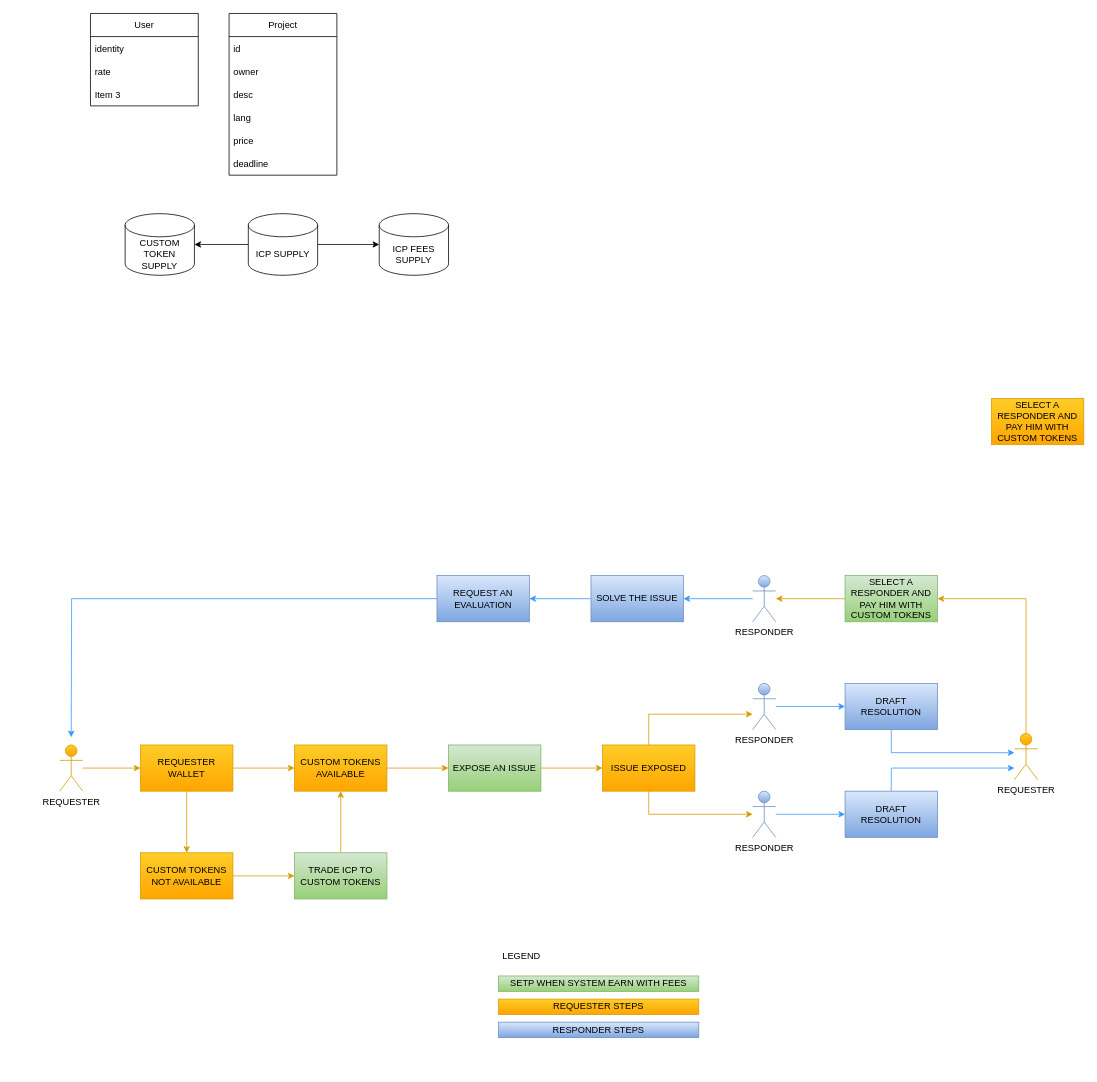
Earlier version of the draw.io diagram Icer.drawio (Kybox/Draw.io). Source tidied: cells renumbered, new cells numbered last; positions are measured from the earlier drawing's top-left corner, leaving out a move shared by most shapes. Both pictures are drawn from the tidied source at 77%, with x=0, y=0 at pixel (59, 13).
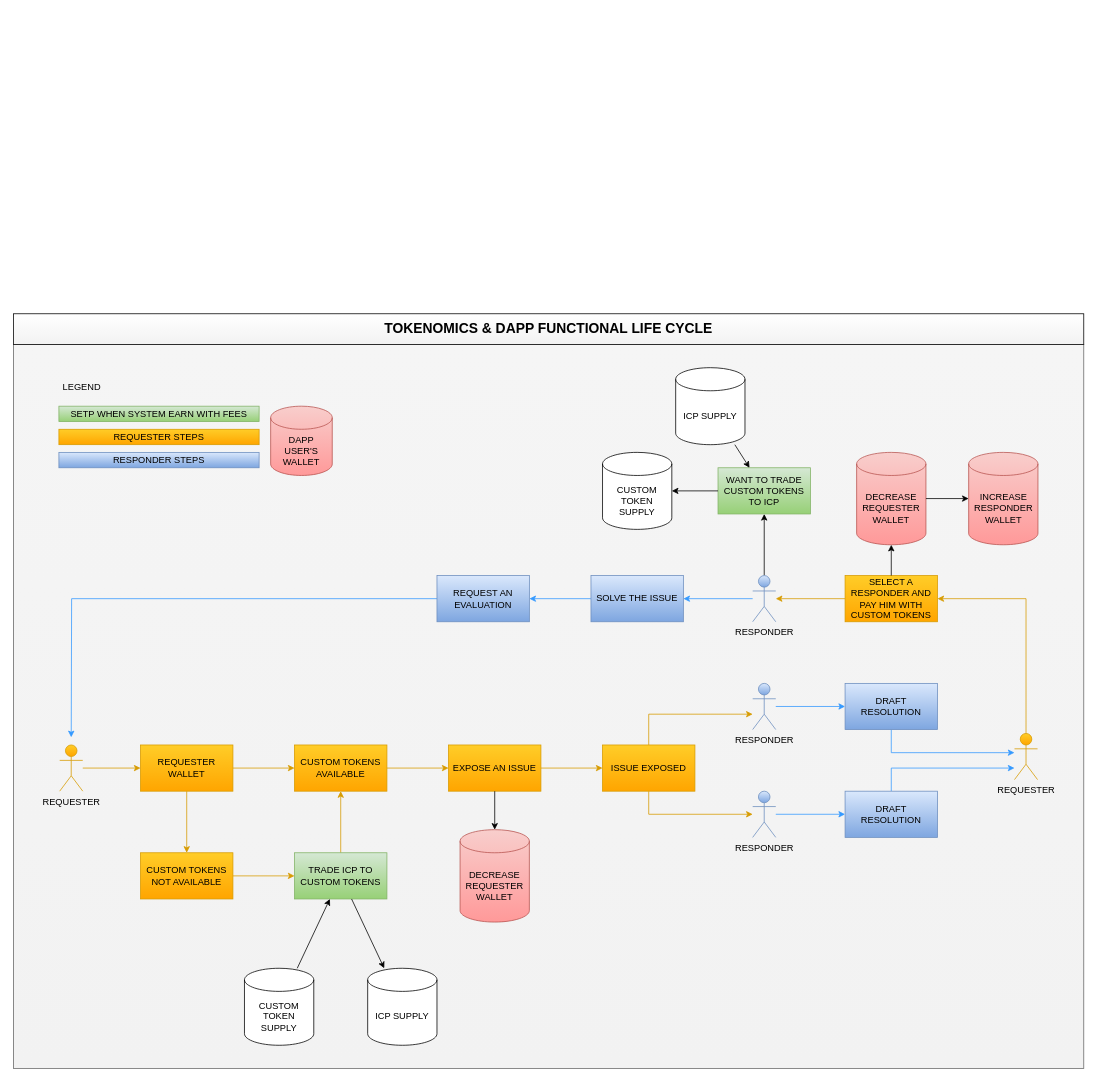
After the change.

The change refers to these unchanged cells:
```xml
<mxCell id="30" value="TRADE ICP TO CUSTOM TOKENS" style="whiteSpace=wrap;html=1;verticalAlign=middle;fillColor=#d5e8d4;strokeColor=#82b366;gradientColor=#97d077;" parent="1" vertex="1">
  <mxGeometry x="305" y="1090" width="120" height="60" as="geometry" />
</mxCell>
<mxCell id="52" value="RESPONDER" style="shape=umlActor;verticalLabelPosition=bottom;verticalAlign=top;html=1;outlineConnect=0;fillColor=#dae8fc;strokeColor=#6c8ebf;gradientColor=#7ea6e0;" parent="1" vertex="1">
  <mxGeometry x="900" y="730" width="30" height="60" as="geometry" />
</mxCell>
```

Change to the diagram source:
```diff
@@
-    <mxCell id="2" value="User" style="swimlane;fontStyle=0;horizontal=1;startSize=30;" parent="1" vertex="1">
-      <mxGeometry x="40" width="140" height="120" as="geometry" />
-    </mxCell>
-    <mxCell id="3" value="identity" style="text;strokeColor=none;fillColor=none;align=left;verticalAlign=middle;spacingLeft=4;spacingRight=4;overflow=hidden;" parent="2" vertex="1">
-      <mxGeometry y="30" width="140" height="30" as="geometry" />
-    </mxCell>
-    <mxCell id="4" value="rate" style="text;strokeColor=none;fillColor=none;align=left;verticalAlign=middle;spacingLeft=4;spacingRight=4;overflow=hidden;" parent="2" vertex="1">
-      <mxGeometry y="60" width="140" height="30" as="geometry" />
-    </mxCell>
-    <mxCell id="5" value="Item 3" style="text;strokeColor=none;fillColor=none;align=left;verticalAlign=middle;spacingLeft=4;spacingRight=4;overflow=hidden;" parent="2" vertex="1">
-      <mxGeometry y="90" width="140" height="30" as="geometry" />
-    </mxCell>
-    <mxCell id="6" value="Project" style="swimlane;fontStyle=0;horizontal=1;startSize=30;" parent="1" vertex="1">
-      <mxGeometry x="220" width="140" height="210" as="geometry" />
-    </mxCell>
-    <mxCell id="7" value="id" style="text;strokeColor=none;fillColor=none;align=left;verticalAlign=middle;spacingLeft=4;spacingRight=4;overflow=hidden;" parent="6" vertex="1">
-      <mxGeometry y="30" width="140" height="30" as="geometry" />
-    </mxCell>
-    <mxCell id="8" value="owner" style="text;strokeColor=none;fillColor=none;align=left;verticalAlign=middle;spacingLeft=4;spacingRight=4;overflow=hidden;" parent="6" vertex="1">
-      <mxGeometry y="60" width="140" height="30" as="geometry" />
-    </mxCell>
-    <mxCell id="9" value="desc" style="text;strokeColor=none;fillColor=none;align=left;verticalAlign=middle;spacingLeft=4;spacingRight=4;overflow=hidden;" parent="6" vertex="1">
-      <mxGeometry y="90" width="140" height="30" as="geometry" />
-    </mxCell>
-    <mxCell id="10" value="lang" style="text;strokeColor=none;fillColor=none;align=left;verticalAlign=middle;spacingLeft=4;spacingRight=4;overflow=hidden;" parent="6" vertex="1">
-      <mxGeometry y="120" width="140" height="30" as="geometry" />
-    </mxCell>
-    <mxCell id="11" value="price" style="text;strokeColor=none;fillColor=none;align=left;verticalAlign=middle;spacingLeft=4;spacingRight=4;overflow=hidden;" parent="6" vertex="1">
-      <mxGeometry y="150" width="140" height="30" as="geometry" />
-    </mxCell>
-    <mxCell id="12" value="deadline" style="text;strokeColor=none;fillColor=none;align=left;verticalAlign=middle;spacingLeft=4;spacingRight=4;overflow=hidden;" parent="6" vertex="1">
-      <mxGeometry y="180" width="140" height="30" as="geometry" />
-    </mxCell>
-    <mxCell id="13" style="edgeStyle=orthogonalEdgeStyle;rounded=0;jettySize=auto;html=1;" parent="1" edge="1" source="15" target="18">
-      <mxGeometry relative="1" as="geometry" />
-    </mxCell>
-    <mxCell id="14" style="edgeStyle=orthogonalEdgeStyle;rounded=0;jettySize=auto;html=1;" parent="1" edge="1" source="15" target="19">
-      <mxGeometry relative="1" as="geometry" />
-    </mxCell>
+    <mxCell id="57" style="rounded=0;whiteSpace=wrap;html=1;fillColor=#f5f5f5;gradientColor=#F2F2F2;strokeColor=#666666;" parent="1" vertex="1">
+      <mxGeometry x="-60" y="430" width="1390" height="940" as="geometry" />
+    </mxCell>
     <mxCell id="15" value="ICP SUPPLY" style="shape=cylinder3;whiteSpace=wrap;html=1;boundedLbl=1;backgroundOutline=1;size=15;" parent="1" vertex="1">
-      <mxGeometry x="245" y="260" width="90" height="80" as="geometry" />
+      <mxGeometry x="400" y="1240" width="90" height="100" as="geometry" />
     </mxCell>
@@
     <mxCell id="18" value="CUSTOM TOKEN SUPPLY" style="shape=cylinder3;whiteSpace=wrap;html=1;boundedLbl=1;backgroundOutline=1;size=15;" parent="1" vertex="1">
-      <mxGeometry x="85" y="260" width="90" height="80" as="geometry" />
+      <mxGeometry x="240" y="1240" width="90" height="100" as="geometry" />
     </mxCell>
-    <mxCell id="19" value="ICP FEES SUPPLY" style="shape=cylinder3;whiteSpace=wrap;html=1;boundedLbl=1;backgroundOutline=1;size=15;" parent="1" vertex="1">
-      <mxGeometry x="415" y="260" width="90" height="80" as="geometry" />
-    </mxCell>
@@
-    <mxCell id="26" value="EXPOSE AN ISSUE" style="whiteSpace=wrap;html=1;verticalAlign=middle;fillColor=#d5e8d4;strokeColor=#82b366;gradientColor=#97d077;" parent="1" vertex="1">
+    <mxCell id="26" value="EXPOSE AN ISSUE" style="whiteSpace=wrap;html=1;verticalAlign=middle;fillColor=#ffcd28;strokeColor=#d79b00;gradientColor=#ffa500;" parent="1" vertex="1">
       <mxGeometry x="505" y="950" width="120" height="60" as="geometry" />
     </mxCell>
@@
     <mxCell id="31" value="SETP WHEN SYSTEM EARN WITH FEES" style="whiteSpace=wrap;html=1;verticalAlign=middle;fillColor=#d5e8d4;strokeColor=#82b366;gradientColor=#97d077;" parent="1" vertex="1">
-      <mxGeometry x="570" y="1250" width="260" height="20" as="geometry" />
+      <mxGeometry x="-1" y="510" width="260" height="20" as="geometry" />
     </mxCell>
     <mxCell id="32" value="LEGEND" style="text;html=1;strokeColor=none;fillColor=none;align=center;verticalAlign=middle;whiteSpace=wrap;rounded=0;" parent="1" vertex="1">
-      <mxGeometry x="570" y="1210" width="60" height="30" as="geometry" />
+      <mxGeometry x="-1" y="470" width="60" height="30" as="geometry" />
     </mxCell>
@@
     <mxCell id="36" value="REQUESTER STEPS" style="whiteSpace=wrap;html=1;verticalAlign=middle;fillColor=#ffcd28;strokeColor=#d79b00;gradientColor=#ffa500;" parent="1" vertex="1">
-      <mxGeometry x="570" y="1280" width="260" height="20" as="geometry" />
+      <mxGeometry x="-1" y="540" width="260" height="20" as="geometry" />
     </mxCell>
     <mxCell id="37" value="RESPONDER STEPS" style="whiteSpace=wrap;html=1;verticalAlign=middle;fillColor=#dae8fc;strokeColor=#6c8ebf;gradientColor=#7ea6e0;" parent="1" vertex="1">
-      <mxGeometry x="570" y="1310" width="260" height="20" as="geometry" />
+      <mxGeometry x="-1" y="570" width="260" height="20" as="geometry" />
     </mxCell>
@@
-    <mxCell id="49" value="SELECT A RESPONDER AND PAY HIM WITH CUSTOM TOKENS" style="whiteSpace=wrap;html=1;verticalAlign=middle;fillColor=#d5e8d4;strokeColor=#82b366;gradientColor=#97d077;" parent="1" vertex="1">
+    <mxCell id="49" value="SELECT A RESPONDER AND PAY HIM WITH CUSTOM TOKENS" style="whiteSpace=wrap;html=1;verticalAlign=middle;fillColor=#ffcd28;strokeColor=#d79b00;gradientColor=#ffa500;" parent="1" vertex="1">
       <mxGeometry x="1020" y="730" width="120" height="60" as="geometry" />
     </mxCell>
-    <mxCell id="50" value="SELECT A RESPONDER AND PAY HIM WITH CUSTOM TOKENS" style="whiteSpace=wrap;html=1;verticalAlign=middle;fillColor=#ffcd28;strokeColor=#d79b00;gradientColor=#ffa500;" parent="1" vertex="1">
-      <mxGeometry x="1210" y="500" width="120" height="60" as="geometry" />
-    </mxCell>
@@
+    <mxCell id="58" style="edgeStyle=orthogonalEdgeStyle;rounded=0;jettySize=auto;html=1;startArrow=none;startFill=0;endArrow=classic;endFill=1;strokeColor=#000000;strokeWidth=1;" parent="1" edge="1" source="52" target="63">
+      <mxGeometry relative="1" as="geometry" />
+    </mxCell>
@@
+    <mxCell id="59" style="endArrow=classic;html=1;rounded=0;strokeColor=#000000;strokeWidth=1;" parent="1" edge="1" source="30" target="15">
+      <mxGeometry relative="1" as="geometry" />
+    </mxCell>
+    <mxCell id="60" style="endArrow=classic;html=1;rounded=0;strokeColor=#000000;strokeWidth=1;" parent="1" edge="1" source="18" target="30">
+      <mxGeometry relative="1" as="geometry" />
+    </mxCell>
+    <mxCell id="61" value="DECREASE REQUESTER WALLET" style="shape=cylinder3;whiteSpace=wrap;html=1;boundedLbl=1;backgroundOutline=1;size=15;fillColor=#f8cecc;gradientColor=#FF9999;strokeColor=#b85450;" parent="1" vertex="1">
+      <mxGeometry x="520" y="1060" width="90" height="120" as="geometry" />
+    </mxCell>
+    <mxCell id="62" style="endArrow=classic;html=1;rounded=0;strokeColor=#000000;strokeWidth=1;" parent="1" edge="1" source="26" target="61">
+      <mxGeometry relative="1" as="geometry" />
+    </mxCell>
+    <mxCell id="63" value="WANT TO TRADE CUSTOM TOKENS TO ICP" style="whiteSpace=wrap;html=1;verticalAlign=middle;fillColor=#d5e8d4;strokeColor=#82b366;gradientColor=#97d077;" parent="1" vertex="1">
+      <mxGeometry x="855" y="590" width="120" height="60" as="geometry" />
+    </mxCell>
+    <mxCell id="64" value="ICP SUPPLY" style="shape=cylinder3;whiteSpace=wrap;html=1;boundedLbl=1;backgroundOutline=1;size=15;" parent="1" vertex="1">
+      <mxGeometry x="800" y="460" width="90" height="100" as="geometry" />
+    </mxCell>
+    <mxCell id="65" value="CUSTOM TOKEN SUPPLY" style="shape=cylinder3;whiteSpace=wrap;html=1;boundedLbl=1;backgroundOutline=1;size=15;" parent="1" vertex="1">
+      <mxGeometry x="705" y="570" width="90" height="100" as="geometry" />
+    </mxCell>
+    <mxCell id="66" style="endArrow=classic;html=1;rounded=0;strokeColor=#000000;strokeWidth=1;" parent="1" edge="1" source="63" target="65">
+      <mxGeometry relative="1" as="geometry" />
+    </mxCell>
+    <mxCell id="67" style="endArrow=classic;html=1;rounded=0;strokeColor=#000000;strokeWidth=1;" parent="1" edge="1" source="64" target="63">
+      <mxGeometry relative="1" as="geometry" />
+    </mxCell>
+    <mxCell id="68" value="DAPP USER'S WALLET" style="shape=cylinder3;whiteSpace=wrap;html=1;boundedLbl=1;backgroundOutline=1;size=15;fillColor=#f8cecc;gradientColor=#FF9999;strokeColor=#b85450;" parent="1" vertex="1">
+      <mxGeometry x="274" y="510" width="80" height="90" as="geometry" />
+    </mxCell>
+    <mxCell id="69" value="INCREASE RESPONDER WALLET" style="shape=cylinder3;whiteSpace=wrap;html=1;boundedLbl=1;backgroundOutline=1;size=15;fillColor=#f8cecc;gradientColor=#FF9999;strokeColor=#b85450;" parent="1" vertex="1">
+      <mxGeometry x="1180.5" y="570" width="90" height="120" as="geometry" />
+    </mxCell>
+    <mxCell id="70" value="DECREASE REQUESTER WALLET" style="shape=cylinder3;whiteSpace=wrap;html=1;boundedLbl=1;backgroundOutline=1;size=15;fillColor=#f8cecc;gradientColor=#FF9999;strokeColor=#b85450;" parent="1" vertex="1">
+      <mxGeometry x="1035" y="570" width="90" height="120" as="geometry" />
+    </mxCell>
+    <mxCell id="71" style="endArrow=classic;html=1;rounded=0;strokeColor=#000000;strokeWidth=1;" parent="1" edge="1" source="49" target="70">
+      <mxGeometry relative="1" as="geometry" />
+    </mxCell>
+    <mxCell id="72" style="endArrow=classic;html=1;rounded=0;strokeColor=#000000;strokeWidth=1;" parent="1" edge="1" source="70" target="69">
+      <mxGeometry relative="1" as="geometry" />
+    </mxCell>
+    <mxCell id="73" value="TOKENOMICS &amp;amp; DAPP FUNCTIONAL LIFE CYCLE" style="rounded=0;whiteSpace=wrap;html=1;fillColor=#FFFFFF;gradientColor=#F2F2F2;fontSize=18;fontStyle=1;" parent="1" vertex="1">
+      <mxGeometry x="-60" y="390" width="1390" height="40" as="geometry" />
+    </mxCell>
```
